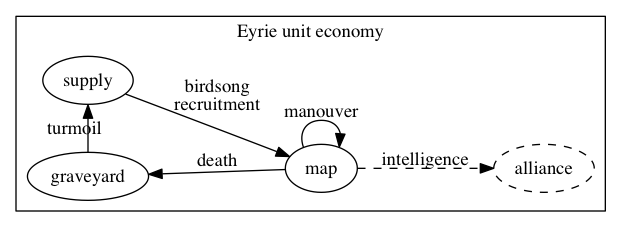
Before: diagrams/eyrie-units.png, a diagram exported from Graphviz (krawaller/root). Its source is kept beside it as diagrams/eyrie-units.dot. Its diagram source:
```dot
digraph {
  rankdir = LR;
  bgcolor = transparent;

  subgraph cluster_eyrieunits {

    label = "Eyrie unit economy"

    graveyard -> supply [label="turmoil"]

    supply -> map [label="birdsong\nrecruitment"]

    map -> graveyard [label="death"]

    map -> map [label="manouver"]

    alliance [style="dashed"]

    map -> alliance [label="intelligence" style="dashed"]

    {rank=same; graveyard, supply}
  }
}
```
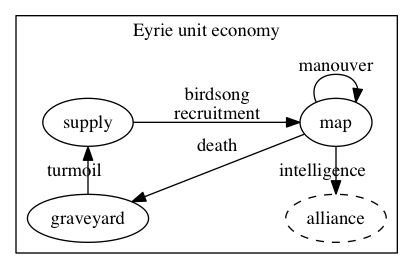
The same file after the commit.

Commit message:
eyrie unit tweaks

Change to the diagram source:
```diff
@@ -16,8 +16,11 @@
 
     alliance [style="dashed"]
 
-    map -> alliance [label="intelligence" style="dashed"]
+    map -> alliance [label="intelligence"]
+
+    alliance -> graveyard [color=transparent]
 
     {rank=same; graveyard, supply}
+    {rank=same; map, alliance}
   }
 }
```
